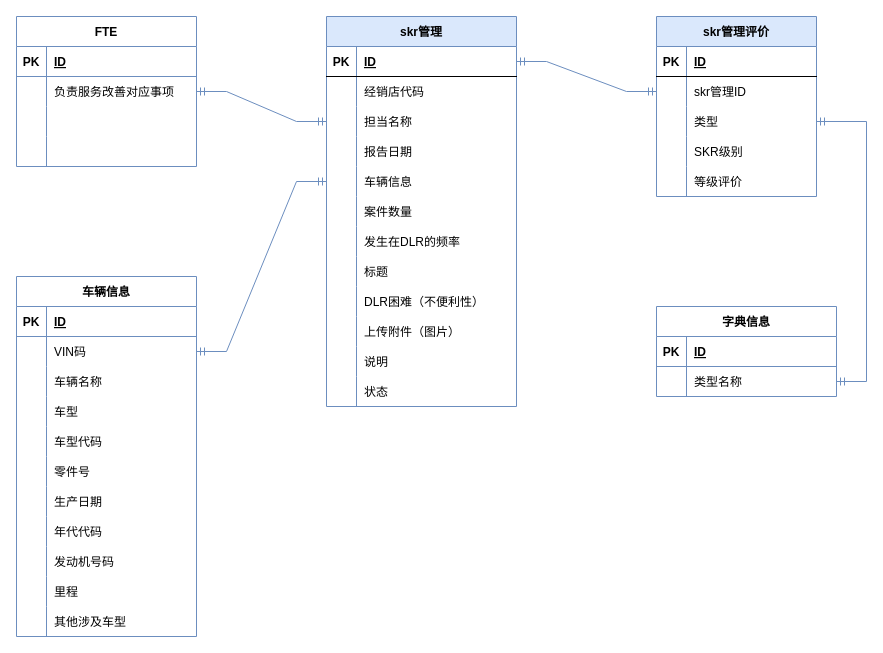
Before: GitTest/WebRoot/WEB-INF/Untitled Diagram.drawio in yinwenwei/testhyinwenwei, a draw.io diagram. Source tidied: cells renumbered, new cells numbered last; positions are measured from the earlier drawing's top-left corner, leaving out a move shared by most shapes. Both pictures are drawn from the tidied source at 100%, with x=0, y=0 at pixel (16, 16).
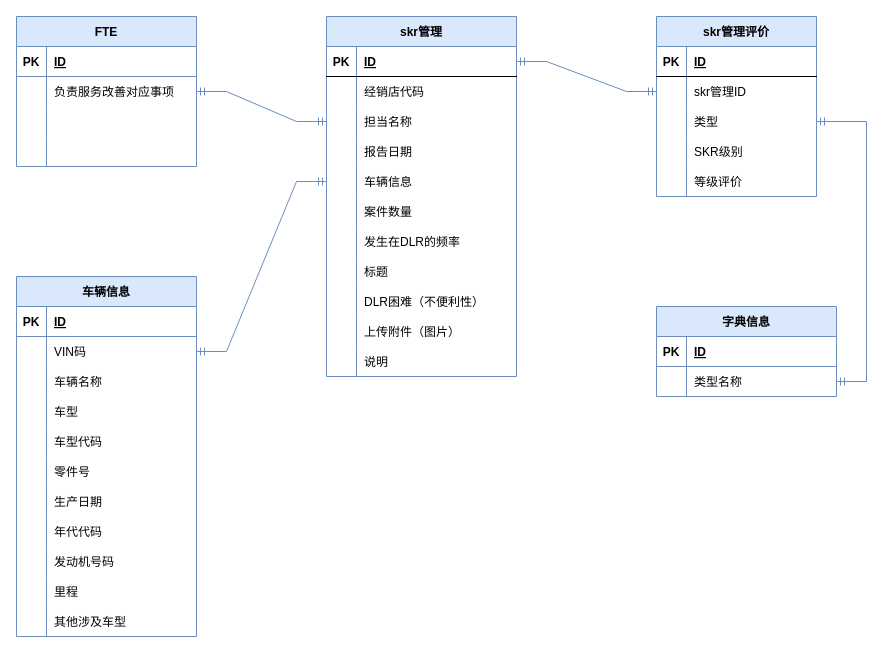
The same page after the edit.

What changed in the source:
```diff
@@
     <mxCell id="2" value="skr管理" style="shape=table;startSize=30;childLayout=tableLayout;rowLines=0;fontStyle=1;align=center;fillColor=#dae8fc;strokeColor=#6c8ebf;" parent="1" vertex="1">
-      <mxGeometry x="310" width="190" height="390" as="geometry" />
+      <mxGeometry x="310" width="190" height="360" as="geometry" />
     </mxCell>
@@
-    <mxCell id="36" style="shape=partialRectangle;fillColor=none;top=0;left=0;bottom=0;right=0;" parent="2" vertex="1">
-      <mxGeometry y="360" width="190" height="30" as="geometry" />
-    </mxCell>
-    <mxCell id="37" style="shape=partialRectangle;fillColor=none;top=0;left=0;bottom=0;right=0;overflow=hidden;" parent="36" vertex="1">
-      <mxGeometry width="30" height="30" as="geometry" />
-    </mxCell>
-    <mxCell id="38" value="状态" style="shape=partialRectangle;fillColor=none;top=0;left=0;bottom=0;right=0;align=left;spacingLeft=6;overflow=hidden;" parent="36" vertex="1">
-      <mxGeometry x="30" width="160" height="30" as="geometry" />
-    </mxCell>
@@
-    <mxCell id="56" value="FTE" style="shape=table;startSize=30;childLayout=tableLayout;rowLines=0;fontStyle=1;align=center;labelBorderColor=none;strokeColor=#6C8EBF;strokeWidth=1;" parent="1" vertex="1">
+    <mxCell id="56" value="FTE" style="shape=table;startSize=30;childLayout=tableLayout;rowLines=0;fontStyle=1;align=center;labelBorderColor=none;strokeColor=#6c8ebf;strokeWidth=1;fillColor=#dae8fc;" parent="1" vertex="1">
       <mxGeometry width="180" height="150" as="geometry" />
     </mxCell>
@@
-    <mxCell id="69" value="车辆信息" style="shape=table;startSize=30;childLayout=tableLayout;rowLines=0;fontStyle=1;align=center;labelBorderColor=none;strokeColor=#6C8EBF;strokeWidth=1;" parent="1" vertex="1">
+    <mxCell id="69" value="车辆信息" style="shape=table;startSize=30;childLayout=tableLayout;rowLines=0;fontStyle=1;align=center;labelBorderColor=none;strokeColor=#6c8ebf;strokeWidth=1;fillColor=#dae8fc;" parent="1" vertex="1">
       <mxGeometry y="260" width="180" height="360" as="geometry" />
     </mxCell>
@@
-    <mxCell id="105" value="字典信息" style="shape=table;startSize=30;childLayout=tableLayout;rowLines=0;fontStyle=1;align=center;labelBorderColor=none;strokeColor=#6C8EBF;strokeWidth=1;" parent="1" vertex="1">
+    <mxCell id="105" value="字典信息" style="shape=table;startSize=30;childLayout=tableLayout;rowLines=0;fontStyle=1;align=center;labelBorderColor=none;strokeColor=#6c8ebf;strokeWidth=1;fillColor=#dae8fc;" parent="1" vertex="1">
       <mxGeometry x="640" y="290" width="180" height="90" as="geometry" />
     </mxCell>
```
